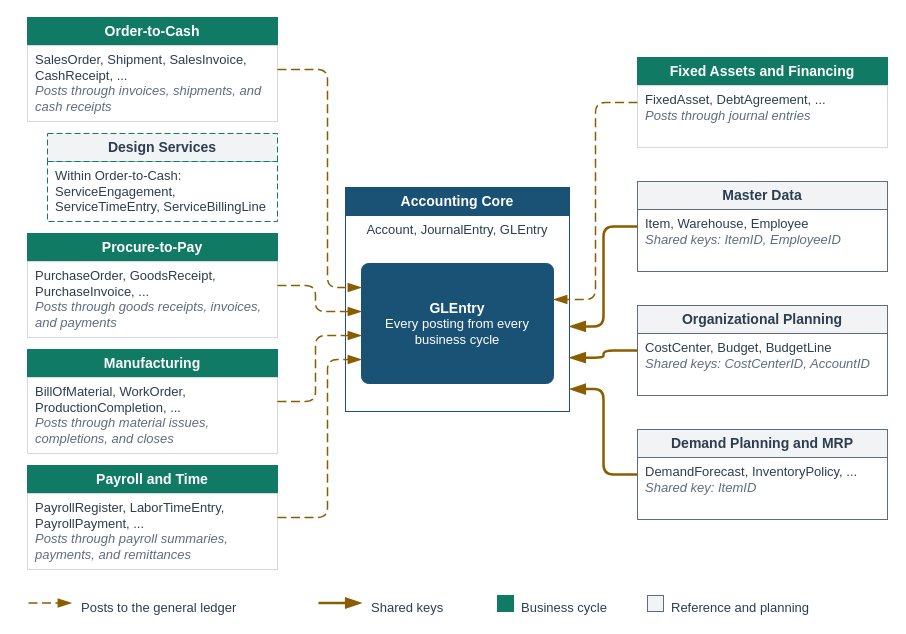
The draw.io diagram visuals/src/fig-01-04-charles-river-architecture.drawio in mmcodesso/Accounting_Analytics_Book, before the edit. Source tidied: cells renumbered, new cells numbered last; positions are measured from the earlier drawing's top-left corner, leaving out a move shared by most shapes. Both pictures are drawn from the tidied source at 100%, with x=0, y=0 at pixel (27, 17).
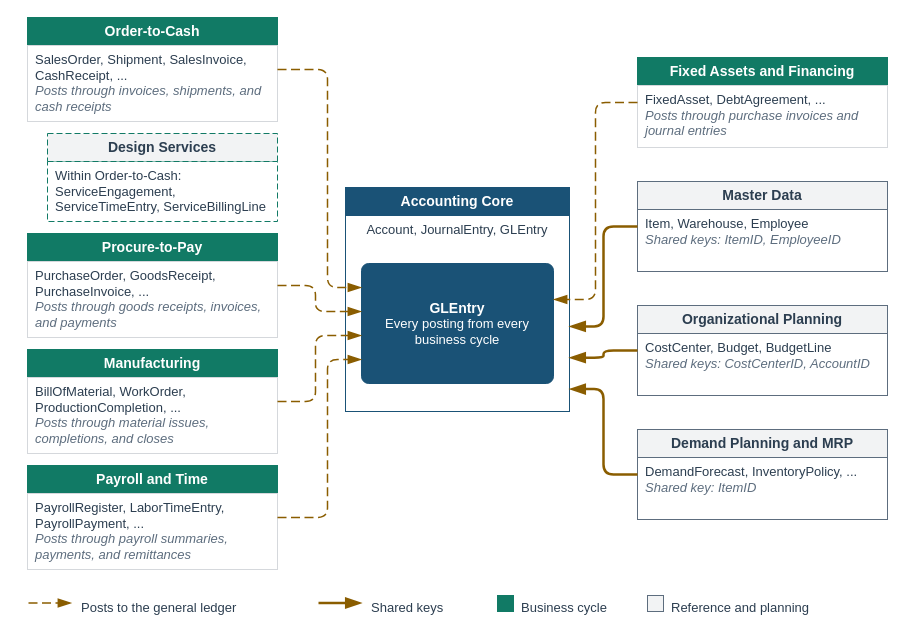
After the change.

What changed in the source:
```diff
@@
-    <mxCell id="19" value="FixedAsset, DebtAgreement, ...&lt;br&gt;&lt;i&gt;&lt;font color=&quot;#5D6D7E&quot;&gt;Posts through journal entries&lt;/font&gt;&lt;/i&gt;" style="rounded=0;arcSize=6;whiteSpace=wrap;html=1;fillColor=#FFFFFF;strokeColor=#D5D8DC;strokeWidth=1;fontColor=#2C3E50;fontSize=13;fontStyle=0;align=left;verticalAlign=top;fontFamily=Helvetica;spacingLeft=6;spacingRight=6;" parent="1" vertex="1">
+    <mxCell id="19" value="FixedAsset, DebtAgreement, ...&lt;br&gt;&lt;i&gt;&lt;font color=&quot;#5D6D7E&quot;&gt;Posts through purchase invoices and journal entries&lt;/font&gt;&lt;/i&gt;" style="rounded=0;arcSize=6;whiteSpace=wrap;html=1;fillColor=#FFFFFF;strokeColor=#D5D8DC;strokeWidth=1;fontColor=#2C3E50;fontSize=13;fontStyle=0;align=left;verticalAlign=top;fontFamily=Helvetica;spacingLeft=6;spacingRight=6;" parent="1" vertex="1">
       <mxGeometry x="610" y="68" width="250" height="62" as="geometry" />
     </mxCell>
```
